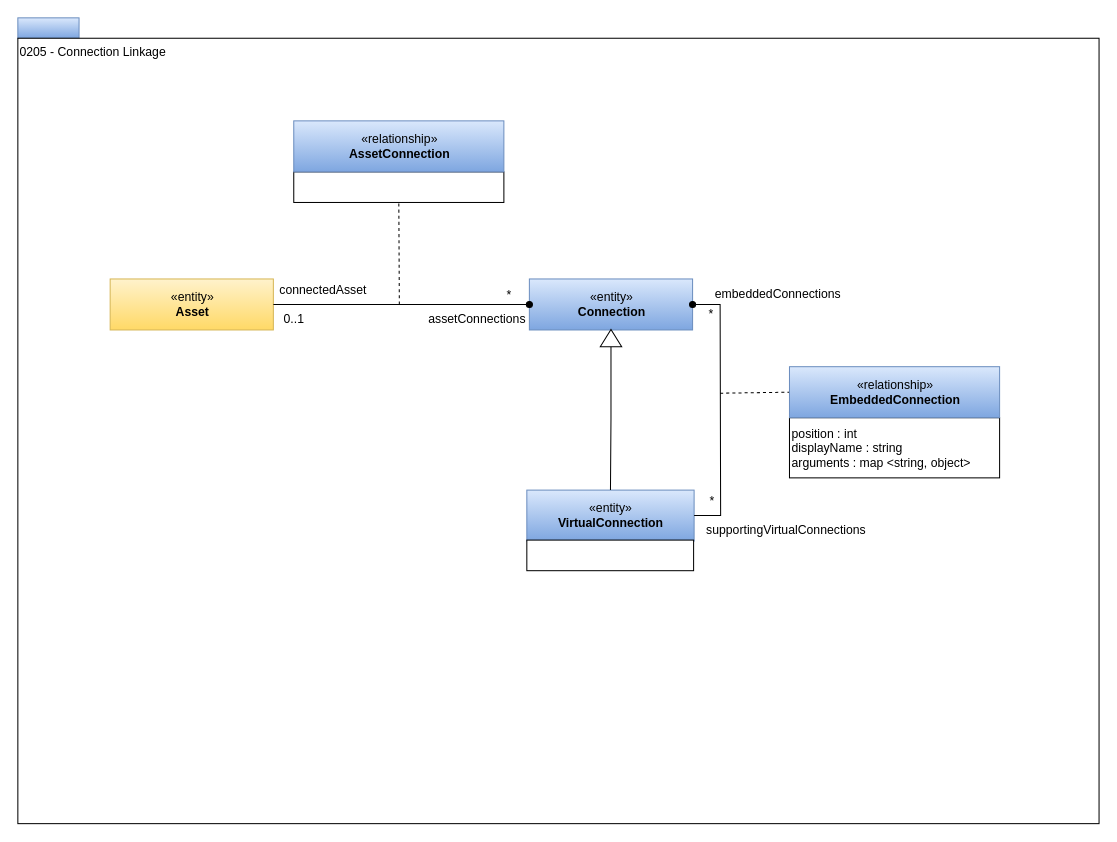
odpi/egeria-docs keeps this draw.io diagram as page "0205-Connection-Linkage" (3 of 24) of site/docs/types/2/area-2-assets.drawio. Above is the earlier version. Source tidied: cells renumbered, new cells numbered last; positions are measured from the earlier drawing's top-left corner, leaving out a move shared by most shapes. Both pictures are drawn from the tidied source at 102%, with x=0, y=0 at pixel (17, 17).
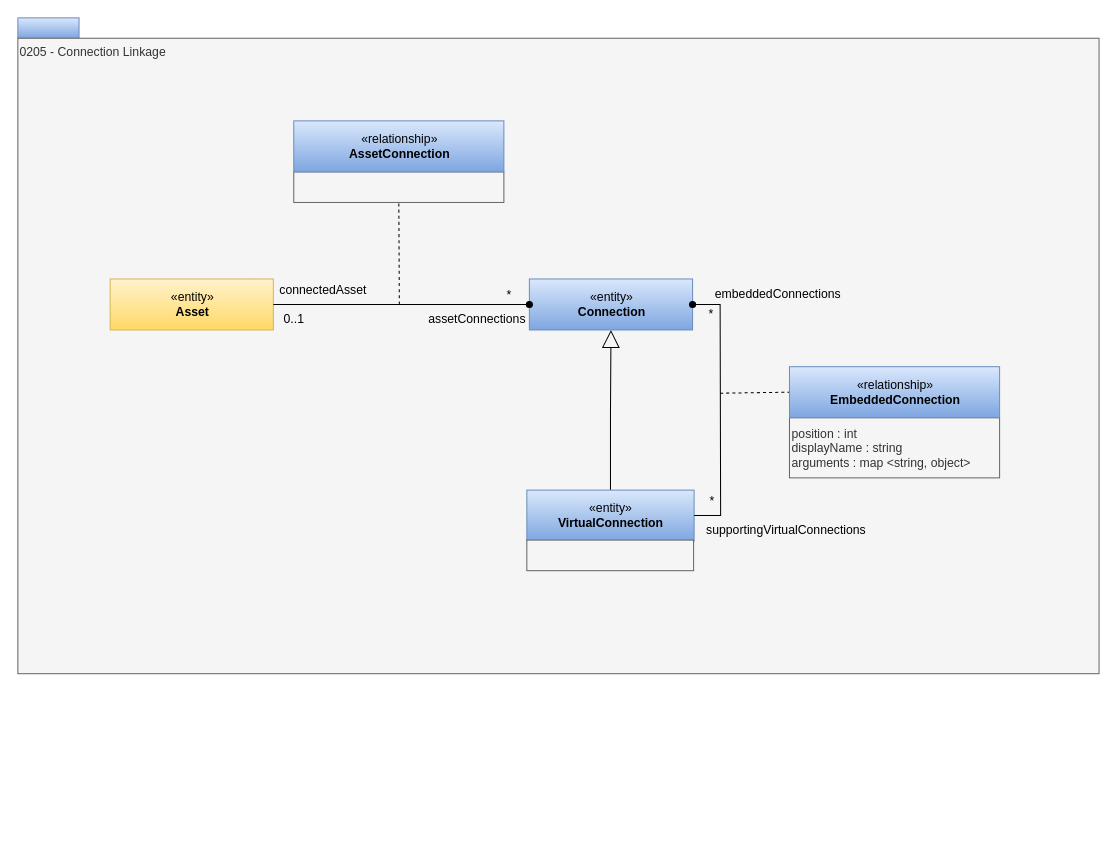
The same page after the edit.

The change refers to these unchanged cells:
```xml
<mxCell id="4" value="«entity»&lt;br&gt;&lt;b&gt;VirtualConnection&lt;/b&gt;" style="html=1;strokeColor=#6c8ebf;align=center;fillColor=#dae8fc;gradientColor=#7ea6e0;" parent="1" vertex="1">
  <mxGeometry x="499" y="463" width="164" height="50" as="geometry" />
</mxCell>
<mxCell id="11" value="«entity»&lt;br&gt;&lt;b&gt;Connection&lt;/b&gt;" style="html=1;strokeColor=#6c8ebf;align=center;fillColor=#dae8fc;gradientColor=#7ea6e0;" parent="1" vertex="1">
  <mxGeometry x="501.5" y="256" width="160" height="50" as="geometry" />
</mxCell>
```

The edit, as a diff of the source:
```diff
@@
-    <mxCell id="3" value="0205 - Connection Linkage" style="rounded=0;whiteSpace=wrap;html=1;align=left;verticalAlign=top;" parent="1" vertex="1">
-      <mxGeometry y="20" width="1060" height="770" as="geometry" />
+    <mxCell id="3" value="0205 - Connection Linkage" style="rounded=0;whiteSpace=wrap;html=1;align=left;verticalAlign=top;fillColor=#f5f5f5;fontColor=#333333;strokeColor=#666666;" parent="1" vertex="1">
+      <mxGeometry y="20" width="1060" height="623" as="geometry" />
     </mxCell>
+    <mxCell id="26" style="edgeStyle=orthogonalEdgeStyle;rounded=0;jettySize=auto;html=1;exitX=0.5;exitY=0;exitDx=0;exitDy=0;endArrow=block;endFill=0;endSize=15;" parent="1" edge="1" source="4" target="11">
+      <mxGeometry relative="1" as="geometry" />
+    </mxCell>
@@
-    <mxCell id="9" value="position : int&lt;br&gt;displayName : string&lt;br&gt;arguments : map &amp;lt;string, object&amp;gt;" style="rounded=0;whiteSpace=wrap;html=1;strokeColor=#000000;gradientColor=#ffffff;align=left;" parent="1" vertex="1">
+    <mxCell id="9" value="position : int&lt;br&gt;displayName : string&lt;br&gt;arguments : map &amp;lt;string, object&amp;gt;" style="rounded=0;whiteSpace=wrap;html=1;strokeColor=#666666;align=left;fillColor=#f5f5f5;fontColor=#333333;" parent="1" vertex="1">
       <mxGeometry x="756.5" y="392" width="206" height="59" as="geometry" />
     </mxCell>
@@
-    <mxCell id="13" style="edgeStyle=orthogonalEdgeStyle;rounded=0;html=1;endArrow=none;endFill=0;jettySize=auto;entryX=0.5;entryY=0;" parent="1" edge="1" source="14" target="4">
-      <mxGeometry relative="1" as="geometry" />
-    </mxCell>
-    <mxCell id="14" style="triangle;whiteSpace=wrap;html=1;strokeColor=#000000;gradientColor=#ffffff;align=center;rotation=-90;" parent="1" vertex="1">
-      <mxGeometry x="573" y="303.5" width="17" height="21" as="geometry" />
-    </mxCell>
@@
-    <mxCell id="22" style="rounded=0;whiteSpace=wrap;html=1;strokeColor=#000000;gradientColor=#ffffff;align=left;" parent="1" vertex="1">
+    <mxCell id="22" style="rounded=0;whiteSpace=wrap;html=1;strokeColor=#666666;align=left;fillColor=#f5f5f5;fontColor=#333333;" parent="1" vertex="1">
       <mxGeometry x="270.5" y="151" width="206" height="30" as="geometry" />
     </mxCell>
@@
-    <mxCell id="24" value="&amp;nbsp;" style="rounded=0;whiteSpace=wrap;html=1;strokeColor=#000000;gradientColor=#ffffff;align=left;" parent="1" vertex="1">
+    <mxCell id="24" value="&amp;nbsp;" style="rounded=0;whiteSpace=wrap;html=1;strokeColor=#666666;align=left;fillColor=#f5f5f5;fontColor=#333333;" parent="1" vertex="1">
       <mxGeometry x="499" y="512" width="163.5" height="30" as="geometry" />
     </mxCell>
```
